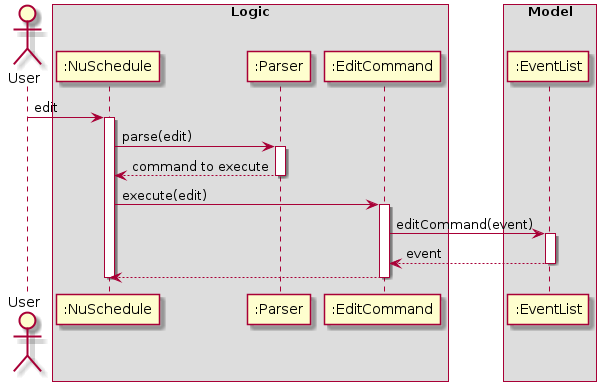
nus-cs2113-AY2021S1/tp keeps this PlantUML diagram as docs/diagrams/EditCommand.png. Above is the earlier version.
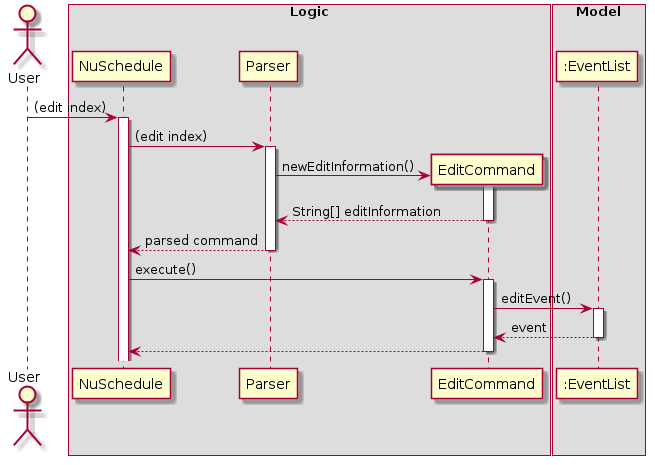
After the change.

Diff of the diagram source:
```diff
@@ -4,35 +4,40 @@
 actor User
 
 box Logic
-participant ":NuSchedule" as NuSchedule
-participant ":Parser" as Parser
-participant ":EditCommand" as EditCommand
+participant "NuSchedule" as NuSchedule
+participant "Parser" as Parser
+participant "EditCommand" as EditCommand
 end box
 
 box Model
 participant ":EventList" as EventList
 end box
 
-User -> NuSchedule : edit
+User -> NuSchedule: (edit index)
 activate NuSchedule
 
-NuSchedule -> Parser : parse(edit)
-activate  Parser
+NuSchedule -> Parser: (edit index)
+activate Parser
 
-Parser --> NuSchedule : command to execute
+create EditCommand
+Parser -> EditCommand:newEditInformation()
+activate EditCommand
+
+EditCommand --> Parser: String[] editInformation
+deactivate EditCommand
+
+Parser --> NuSchedule: parsed command
 deactivate Parser
 
-NuSchedule -> EditCommand : execute(edit)
+NuSchedule -> EditCommand: execute()
 activate EditCommand
 
-EditCommand -> EventList : editCommand(event)
+EditCommand -> EventList: editEvent()
 activate EventList
 
-EventList --> EditCommand : event
+EventList --> EditCommand: event
 deactivate EventList
 
 EditCommand --> NuSchedule
 deactivate EditCommand
-
-deactivate NuSchedule
 @enduml
```
